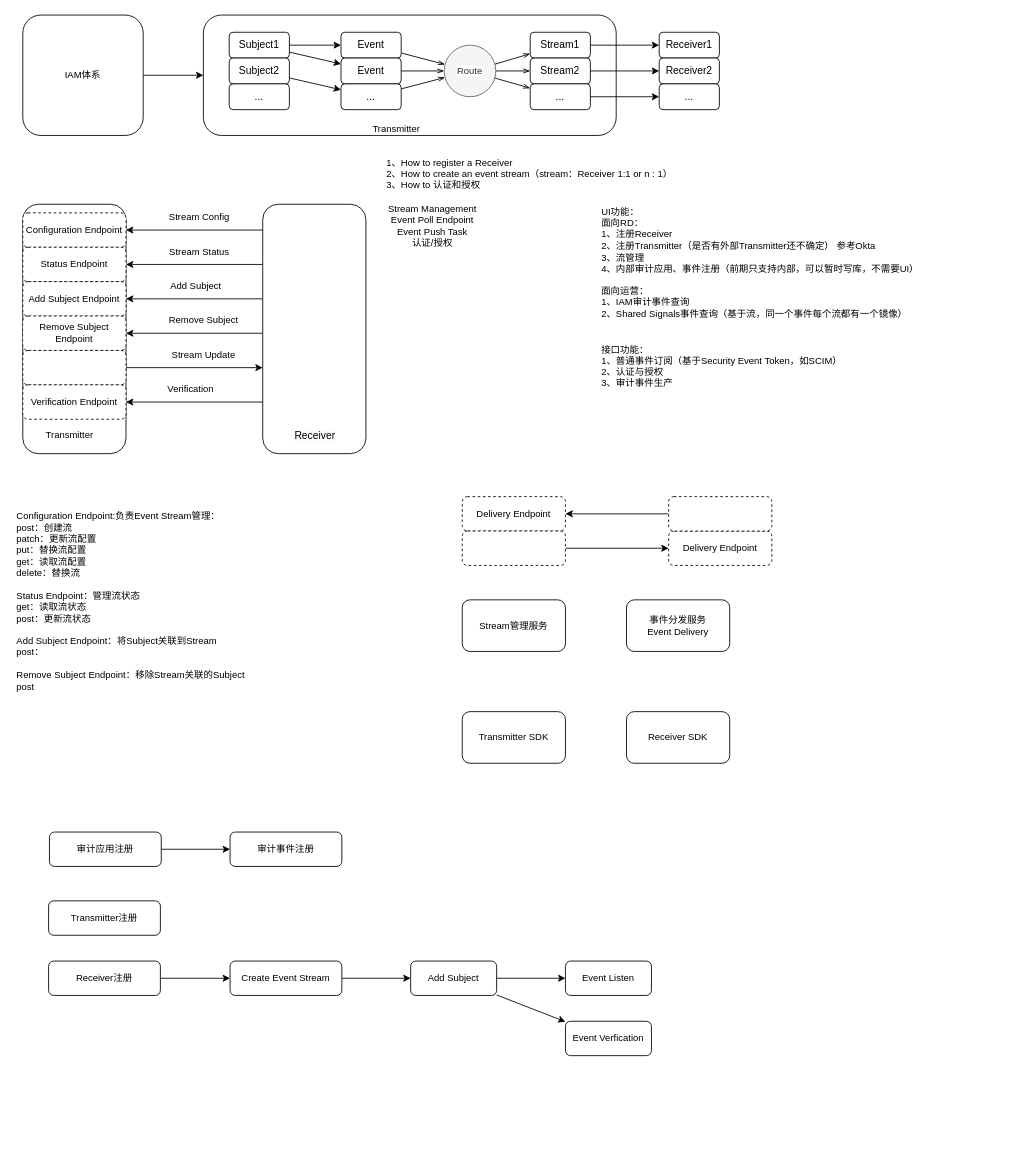
Before: sharedsignals.drawio in yamilinqh/spicedb, a draw.io diagram. Source tidied: cells renumbered, new cells numbered last; positions are measured from the earlier drawing's top-left corner, leaving out a move shared by most shapes. Both pictures are drawn from the tidied source at 86%, with x=0, y=0 at pixel (15, 15).
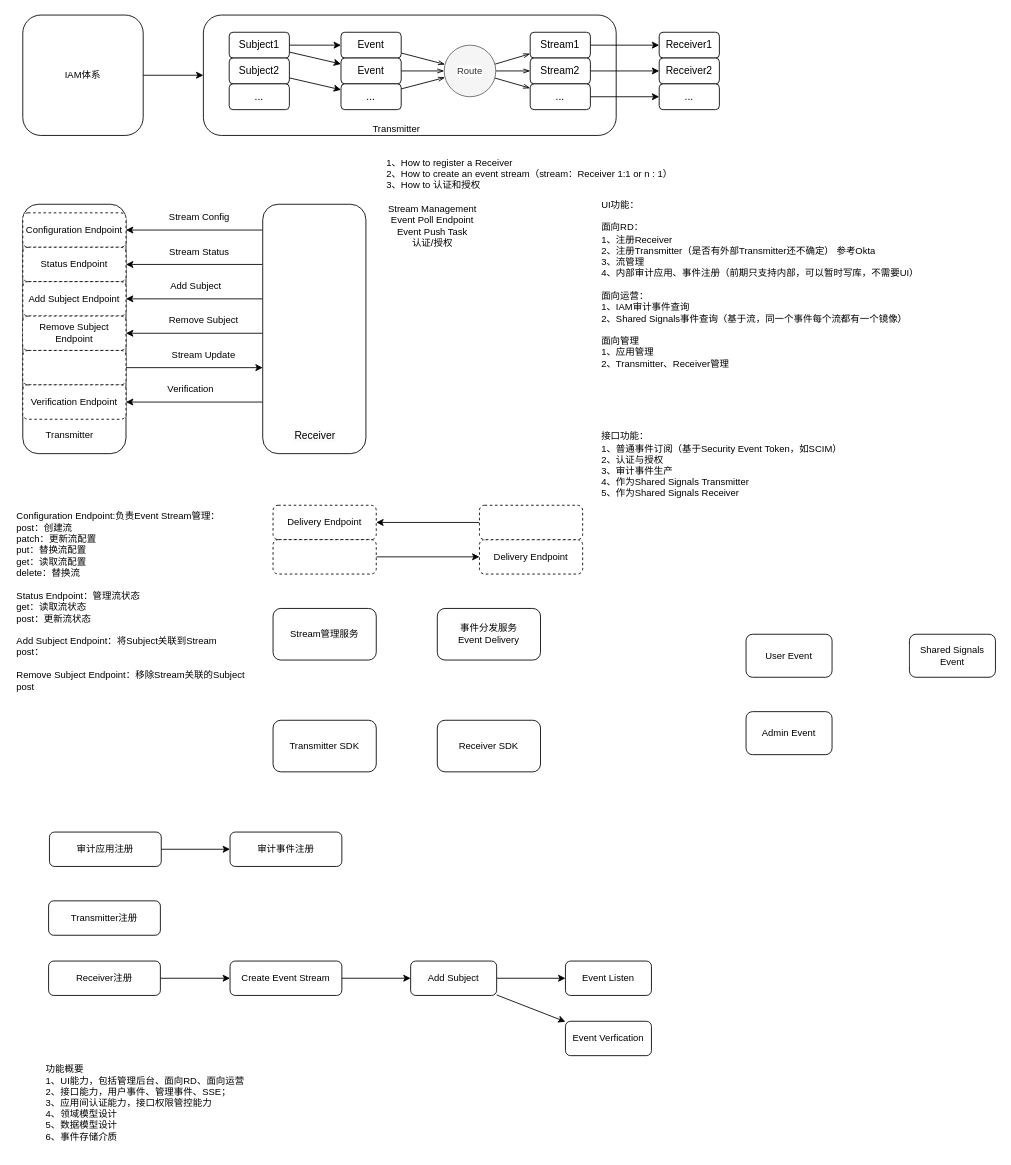
After the change.

Diff of the diagram source:
```diff
@@
     <mxCell id="61" value="Delivery Endpoint" style="rounded=1;whiteSpace=wrap;html=1;fontFamily=Helvetica;fontSize=11;fontColor=default;labelBackgroundColor=default;strokeColor=default;dashed=1;" parent="1" vertex="1">
-      <mxGeometry x="520" y="560" width="120" height="40" as="geometry" />
+      <mxGeometry x="300" y="570" width="120" height="40" as="geometry" />
     </mxCell>
@@
     <mxCell id="64" value="Delivery Endpoint" style="rounded=1;whiteSpace=wrap;html=1;fontFamily=Helvetica;fontSize=11;fontColor=default;labelBackgroundColor=default;strokeColor=default;dashed=1;" parent="1" vertex="1">
-      <mxGeometry x="760" y="600" width="120" height="40" as="geometry" />
+      <mxGeometry x="540" y="610" width="120" height="40" as="geometry" />
     </mxCell>
@@
     <mxCell id="66" style="rounded=1;whiteSpace=wrap;html=1;fontFamily=Helvetica;fontSize=11;fontColor=default;labelBackgroundColor=default;strokeColor=default;dashed=1;" parent="1" vertex="1">
-      <mxGeometry x="520" y="600" width="120" height="40" as="geometry" />
+      <mxGeometry x="300" y="610" width="120" height="40" as="geometry" />
     </mxCell>
@@
     <mxCell id="68" style="rounded=1;whiteSpace=wrap;html=1;fontFamily=Helvetica;fontSize=11;fontColor=default;labelBackgroundColor=default;strokeColor=default;dashed=1;" parent="1" vertex="1">
-      <mxGeometry x="760" y="560" width="120" height="40" as="geometry" />
+      <mxGeometry x="540" y="570" width="120" height="40" as="geometry" />
     </mxCell>
     <mxCell id="69" value="Stream管理服务" style="rounded=1;whiteSpace=wrap;html=1;fontFamily=Helvetica;fontSize=11;fontColor=default;labelBackgroundColor=default;" parent="1" vertex="1">
-      <mxGeometry x="520" y="680" width="120" height="60" as="geometry" />
+      <mxGeometry x="300" y="690" width="120" height="60" as="geometry" />
     </mxCell>
     <mxCell id="70" value="事件分发服务&lt;br&gt;Event Delivery" style="rounded=1;whiteSpace=wrap;html=1;fontFamily=Helvetica;fontSize=11;fontColor=default;labelBackgroundColor=default;" parent="1" vertex="1">
-      <mxGeometry x="711" y="680" width="120" height="60" as="geometry" />
+      <mxGeometry x="491" y="690" width="120" height="60" as="geometry" />
     </mxCell>
     <mxCell id="71" value="Transmitter SDK" style="rounded=1;whiteSpace=wrap;html=1;fontFamily=Helvetica;fontSize=11;fontColor=default;labelBackgroundColor=default;" parent="1" vertex="1">
-      <mxGeometry x="520" y="810" width="120" height="60" as="geometry" />
+      <mxGeometry x="300" y="820" width="120" height="60" as="geometry" />
     </mxCell>
     <mxCell id="72" value="Receiver SDK" style="rounded=1;whiteSpace=wrap;html=1;fontFamily=Helvetica;fontSize=11;fontColor=default;labelBackgroundColor=default;" parent="1" vertex="1">
-      <mxGeometry x="711" y="810" width="120" height="60" as="geometry" />
+      <mxGeometry x="491" y="820" width="120" height="60" as="geometry" />
     </mxCell>
@@
-    <mxCell id="80" value="UI功能：&lt;br&gt;面向RD：&lt;br&gt;1、注册Receiver&lt;br&gt;2、注册Transmitter（是否有外部Transmitter还不确定） 参考Okta&lt;br&gt;3、流管理&lt;br&gt;4、内部审计应用、事件注册（前期只支持内部，可以暂时写库，不需要UI）&lt;br&gt;&lt;br&gt;面向运营：&lt;br&gt;1、IAM审计事件查询&lt;br&gt;2、Shared Signals事件查询（基于流，同一个事件每个流都有一个镜像）&lt;div&gt;&lt;br&gt;&lt;/div&gt;" style="text;html=1;align=left;verticalAlign=middle;strokeColor=none;fillColor=none;fontFamily=Helvetica;fontSize=11;fontColor=default;labelBackgroundColor=default;" parent="1" vertex="1">
-      <mxGeometry x="680" y="215" width="390" height="160" as="geometry" />
+    <mxCell id="80" value="UI功能：&lt;br&gt;&lt;br&gt;面向RD：&lt;br&gt;1、注册Receiver&lt;br&gt;2、注册Transmitter（是否有外部Transmitter还不确定） 参考Okta&lt;br&gt;3、流管理&lt;br&gt;4、内部审计应用、事件注册（前期只支持内部，可以暂时写库，不需要UI）&lt;br&gt;&lt;br&gt;面向运营：&lt;br&gt;1、IAM审计事件查询&lt;br&gt;2、Shared Signals事件查询（基于流，同一个事件每个流都有一个镜像）&lt;br&gt;&lt;br&gt;面向管理&lt;br&gt;1、应用管理&lt;br&gt;2、Transmitter、Receiver管理&lt;br&gt;&lt;div&gt;&lt;br&gt;&lt;/div&gt;" style="text;html=1;align=left;verticalAlign=middle;strokeColor=none;fillColor=none;fontFamily=Helvetica;fontSize=11;fontColor=default;labelBackgroundColor=default;" parent="1" vertex="1">
+      <mxGeometry x="680" y="210" width="390" height="220" as="geometry" />
     </mxCell>
-    <mxCell id="81" value="接口功能：&lt;br&gt;1、普通事件订阅（基于Security Event Token，如SCIM）&lt;br&gt;2、认证与授权&lt;br&gt;3、审计事件生产&lt;br&gt;&lt;div&gt;&lt;br&gt;&lt;/div&gt;" style="text;html=1;align=left;verticalAlign=middle;strokeColor=none;fillColor=none;fontFamily=Helvetica;fontSize=11;fontColor=default;labelBackgroundColor=default;" parent="1" vertex="1">
-      <mxGeometry x="680" y="375" width="300" height="80" as="geometry" />
+    <mxCell id="81" value="接口功能：&lt;br&gt;1、普通事件订阅（基于Security Event Token，如SCIM）&lt;br&gt;2、认证与授权&lt;br&gt;3、审计事件生产&lt;br&gt;4、作为Shared Signals Transmitter&lt;br&gt;5、作为Shared Signals Receiver&lt;br&gt;&lt;div&gt;&lt;br&gt;&lt;/div&gt;" style="text;html=1;align=left;verticalAlign=middle;strokeColor=none;fillColor=none;fontFamily=Helvetica;fontSize=11;fontColor=default;labelBackgroundColor=default;" parent="1" vertex="1">
+      <mxGeometry x="680" y="475" width="300" height="110" as="geometry" />
     </mxCell>
@@
+    <mxCell id="88" value="User Event" style="rounded=1;whiteSpace=wrap;html=1;fontFamily=Helvetica;fontSize=11;fontColor=default;labelBackgroundColor=default;" parent="1" vertex="1">
+      <mxGeometry x="850" y="720" width="100" height="50" as="geometry" />
+    </mxCell>
+    <mxCell id="89" value="Admin Event" style="rounded=1;whiteSpace=wrap;html=1;fontFamily=Helvetica;fontSize=11;fontColor=default;labelBackgroundColor=default;" parent="1" vertex="1">
+      <mxGeometry x="850" y="810" width="100" height="50" as="geometry" />
+    </mxCell>
+    <mxCell id="90" value="Shared Signals Event" style="rounded=1;whiteSpace=wrap;html=1;fontFamily=Helvetica;fontSize=11;fontColor=default;labelBackgroundColor=default;" parent="1" vertex="1">
+      <mxGeometry x="1040" y="720" width="100" height="50" as="geometry" />
+    </mxCell>
+    <mxCell id="91" value="功能概要&lt;br&gt;1、UI能力，包括管理后台、面向RD、面向运营&lt;br&gt;2、接口能力，用户事件、管理事件、SSE；&lt;br&gt;3、应用间认证能力，接口权限管控能力&lt;br&gt;4、领域模型设计&lt;br&gt;5、数据模型设计&lt;br&gt;6、事件存储介质" style="text;html=1;align=left;verticalAlign=middle;strokeColor=none;fillColor=none;fontFamily=Helvetica;fontSize=11;fontColor=default;labelBackgroundColor=default;" parent="1" vertex="1">
+      <mxGeometry x="34" y="1210" width="250" height="110" as="geometry" />
+    </mxCell>
```
